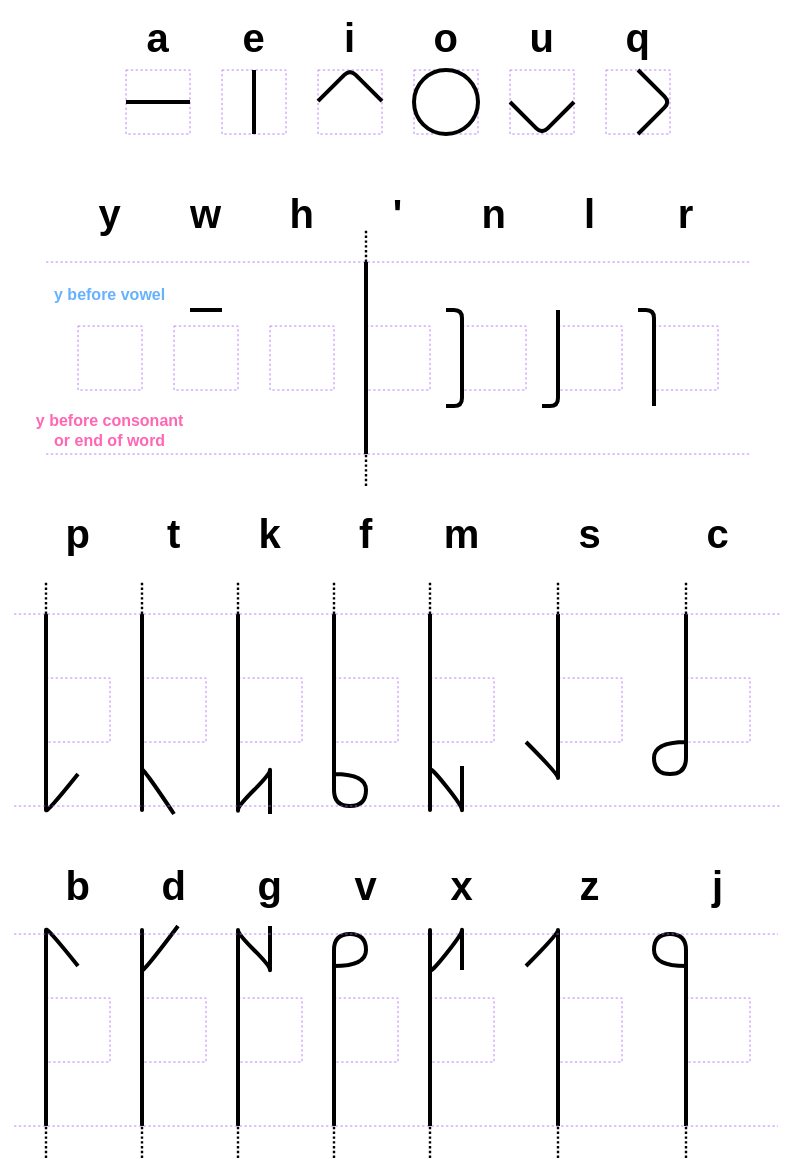
eberban/eberban keeps this draw.io diagram as vectors/writing_system.drawio. Above is the earlier version. Source tidied: cells renumbered, new cells numbered last; positions are measured from the earlier drawing's top-left corner, leaving out a move shared by most shapes. Both pictures are drawn from the tidied source at 80%, with x=0, y=0 at pixel (14, 22).
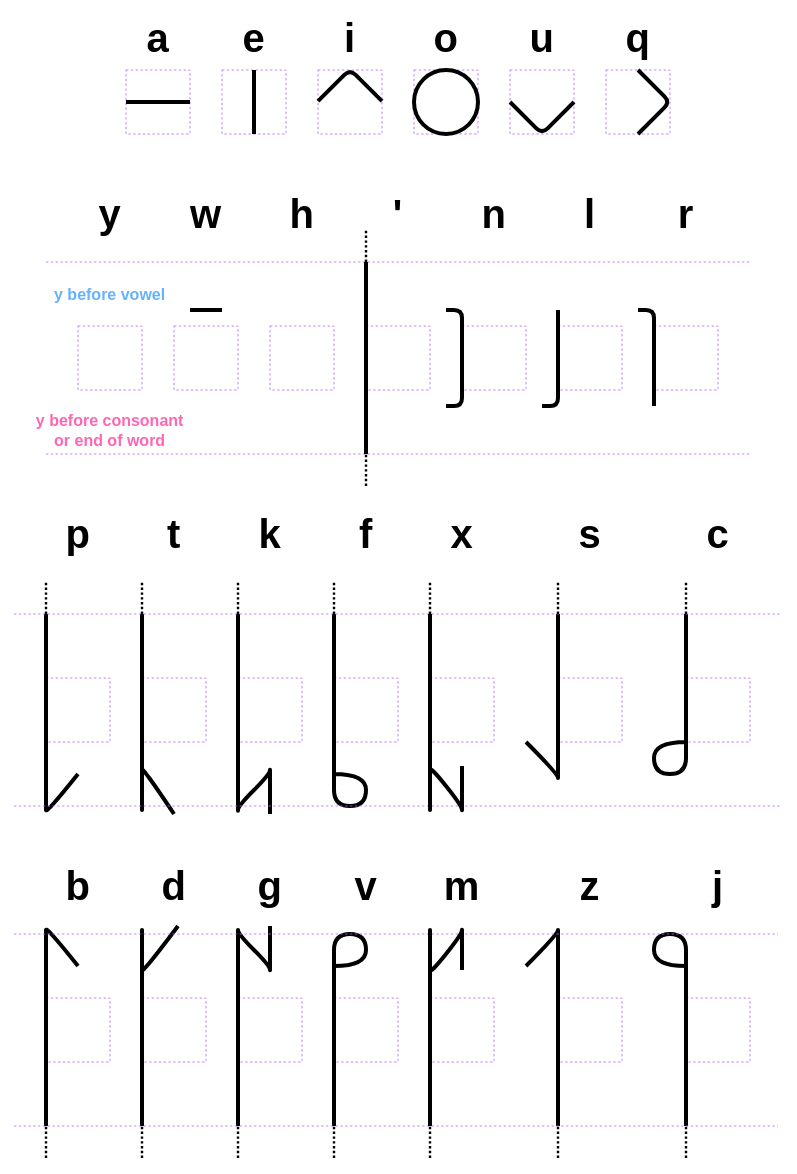
The same page after the edit.

Commit message (it also covers changes not shown here):
swap x/m in phonology and writing system (voiceness)

Change to the diagram source:
```diff
@@
-    <mxCell id="43" value="m" style="text;html=1;strokeColor=none;fillColor=none;align=center;verticalAlign=middle;whiteSpace=wrap;rounded=0;fontFamily=Rajdhani;fontStyle=1;fontSize=50;" parent="1" vertex="1">
+    <mxCell id="43" value="x" style="text;html=1;strokeColor=none;fillColor=none;align=center;verticalAlign=middle;whiteSpace=wrap;rounded=0;fontFamily=Rajdhani;fontStyle=1;fontSize=50;" parent="1" vertex="1">
       <mxGeometry x="540" y="620" width="40" height="40" as="geometry" />
     </mxCell>
@@
-    <mxCell id="64" value="x" style="text;html=1;strokeColor=none;fillColor=none;align=center;verticalAlign=middle;whiteSpace=wrap;rounded=0;fontFamily=Rajdhani;fontStyle=1;fontSize=50;" parent="1" vertex="1">
+    <mxCell id="64" value="m" style="text;html=1;strokeColor=none;fillColor=none;align=center;verticalAlign=middle;whiteSpace=wrap;rounded=0;fontFamily=Rajdhani;fontStyle=1;fontSize=50;" parent="1" vertex="1">
       <mxGeometry x="540" y="1060" width="40" height="40" as="geometry" />
     </mxCell>
```
